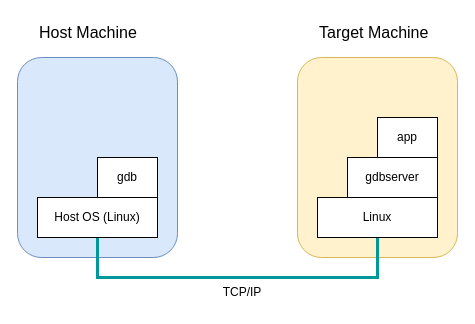
ZiqingYip/moment keeps this draw.io diagram as gdb_remote_debugging.drawio. Above is the earlier version. Source tidied: cells renumbered, new cells numbered last; positions are measured from the earlier drawing's top-left corner, leaving out a move shared by most shapes. Both pictures are drawn from the tidied source at 100%, with x=0, y=0 at pixel (17, 17).
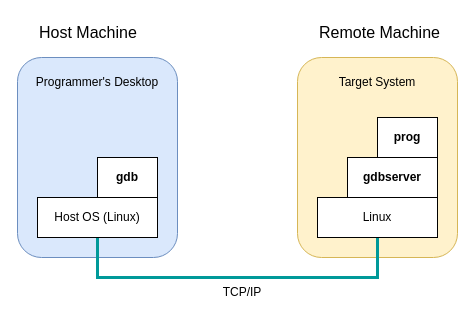
The same diagram, later.

Diff of the diagram source:
```diff
@@
 <mxGraphModel>
   <root>
     <mxCell id="0" />
     <mxCell id="1" parent="0" />
     <mxCell id="2" style="rounded=1;whiteSpace=wrap;html=1;fillColor=#dae8fc;strokeColor=#6c8ebf;" parent="1" vertex="1">
       <mxGeometry y="40" width="160" height="200" as="geometry" />
     </mxCell>
     <mxCell id="3" value="&lt;font style=&quot;font-size: 16px;&quot;&gt;Host Machine&lt;/font&gt;" style="text;html=1;align=left;verticalAlign=middle;strokeColor=none;fillColor=none;" parent="1" vertex="1">
       <mxGeometry x="20" width="120" height="30" as="geometry" />
     </mxCell>
     <mxCell id="4" style="rounded=1;whiteSpace=wrap;html=1;fillColor=#fff2cc;strokeColor=#d6b656;" parent="1" vertex="1">
       <mxGeometry x="280" y="40" width="160" height="200" as="geometry" />
     </mxCell>
-    <mxCell id="5" value="&lt;font style=&quot;font-size: 16px;&quot;&gt;Target Machine&lt;/font&gt;" style="text;html=1;align=left;verticalAlign=middle;strokeColor=none;fillColor=none;" parent="1" vertex="1">
-      <mxGeometry x="300" width="130" height="30" as="geometry" />
+    <mxCell id="5" value="&lt;font style=&quot;font-size: 16px;&quot;&gt;Remote Machine&lt;/font&gt;" style="text;html=1;align=left;verticalAlign=middle;strokeColor=none;fillColor=none;" parent="1" vertex="1">
+      <mxGeometry x="300" width="140" height="30" as="geometry" />
     </mxCell>
     <mxCell id="6" style="edgeStyle=orthogonalEdgeStyle;rounded=0;jettySize=auto;html=1;exitX=0.5;exitY=1;exitDx=0;exitDy=0;entryX=0.5;entryY=1;entryDx=0;entryDy=0;startArrow=none;startFill=0;strokeWidth=3;strokeColor=#009999;endArrow=none;endFill=0;" parent="1" edge="1" source="7" target="9">
       <mxGeometry relative="1" as="geometry">
         <Array as="points">
           <mxPoint x="80" y="260" />
           <mxPoint x="360" y="260" />
         </Array>
       </mxGeometry>
     </mxCell>
     <mxCell id="7" value="Host OS (Linux)" style="rounded=0;whiteSpace=wrap;html=1;" parent="1" vertex="1">
       <mxGeometry x="20" y="180" width="120" height="40" as="geometry" />
     </mxCell>
-    <mxCell id="8" value="gdb" style="rounded=0;whiteSpace=wrap;html=1;" parent="1" vertex="1">
+    <mxCell id="8" value="gdb" style="rounded=0;whiteSpace=wrap;html=1;fontStyle=1;" parent="1" vertex="1">
       <mxGeometry x="80" y="140" width="60" height="40" as="geometry" />
     </mxCell>
     <mxCell id="9" value="Linux" style="rounded=0;whiteSpace=wrap;html=1;" parent="1" vertex="1">
       <mxGeometry x="300" y="180" width="120" height="40" as="geometry" />
     </mxCell>
-    <mxCell id="10" value="gdbserver" style="rounded=0;whiteSpace=wrap;html=1;" parent="1" vertex="1">
+    <mxCell id="10" value="gdbserver" style="rounded=0;whiteSpace=wrap;html=1;fontStyle=1;" parent="1" vertex="1">
       <mxGeometry x="330" y="140" width="90" height="40" as="geometry" />
     </mxCell>
-    <mxCell id="11" value="app" style="rounded=0;whiteSpace=wrap;html=1;" parent="1" vertex="1">
+    <mxCell id="11" value="prog" style="rounded=0;whiteSpace=wrap;html=1;fontStyle=1;" parent="1" vertex="1">
       <mxGeometry x="360" y="100" width="60" height="40" as="geometry" />
     </mxCell>
     <mxCell id="12" value="TCP/IP" style="text;html=1;align=center;verticalAlign=middle;whiteSpace=wrap;rounded=0;" parent="1" vertex="1">
       <mxGeometry x="195" y="260" width="60" height="30" as="geometry" />
     </mxCell>
+    <mxCell id="13" value="Programmer's Desktop" style="text;html=1;align=center;verticalAlign=middle;whiteSpace=wrap;rounded=0;" parent="1" vertex="1">
+      <mxGeometry x="10" y="50" width="140" height="30" as="geometry" />
+    </mxCell>
+    <mxCell id="14" value="Target System" style="text;html=1;align=center;verticalAlign=middle;whiteSpace=wrap;rounded=0;" parent="1" vertex="1">
+      <mxGeometry x="290" y="50" width="140" height="30" as="geometry" />
+    </mxCell>
   </root>
 </mxGraphModel>
```
